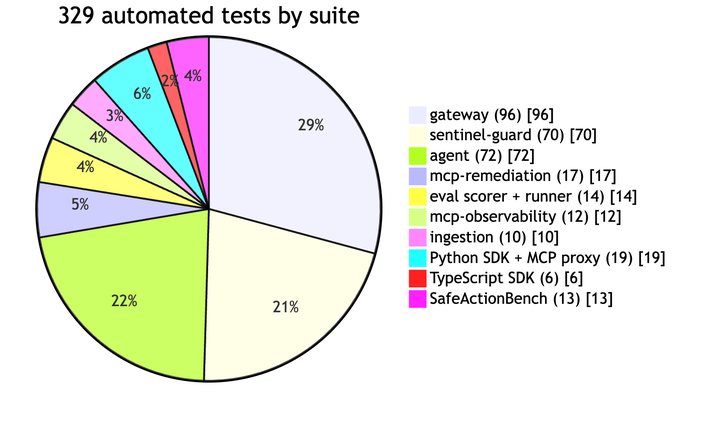
The Mermaid diagram docs/handbook/images/14-chart-tests-by-suite.png in abdulmdev/sentinel-incident-copilot, before a commit. Its source is kept beside it as docs/handbook/diagrams/14-chart-tests-by-suite.mmd.
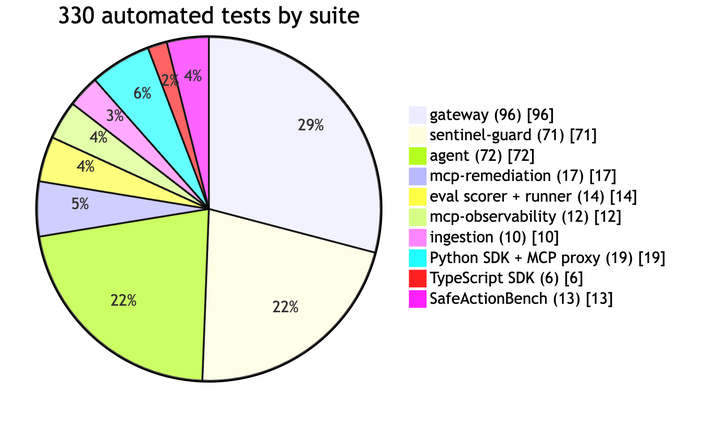
After the commit.

Diff of the diagram source:
```diff
@@ -1,7 +1,7 @@
 pie showData
-  title 329 automated tests by suite
+  title 330 automated tests by suite
   "gateway (96)" : 96
-  "sentinel-guard (70)" : 70
+  "sentinel-guard (71)" : 71
   "agent (72)" : 72
   "mcp-remediation (17)" : 17
   "eval scorer + runner (14)" : 14
```
